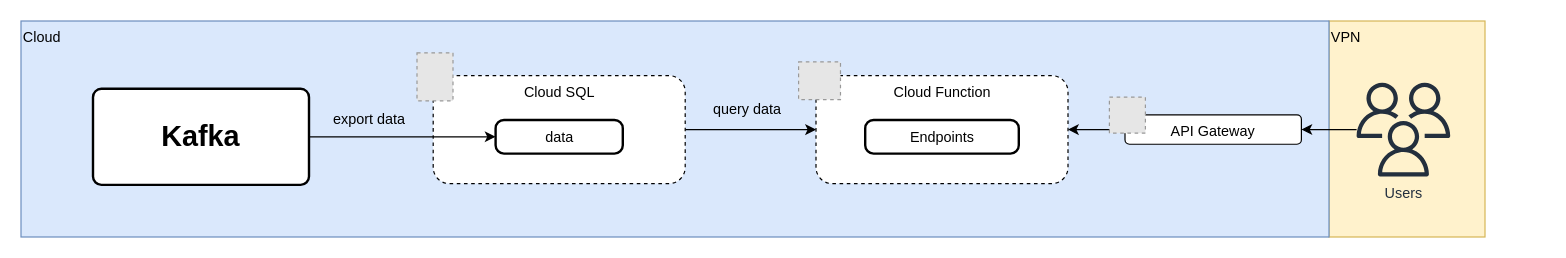
This is api-srr.drawio from wunyu/drawio, a draw.io file, before an edit. Source tidied: cells renumbered, new cells numbered last; positions are measured from the earlier drawing's top-left corner, leaving out a move shared by most shapes. Both pictures are drawn from the tidied source at 120%, with x=0, y=0 at pixel (20, 20). Pictures stored in the file or linked from it are replaced by grey dashed boxes.
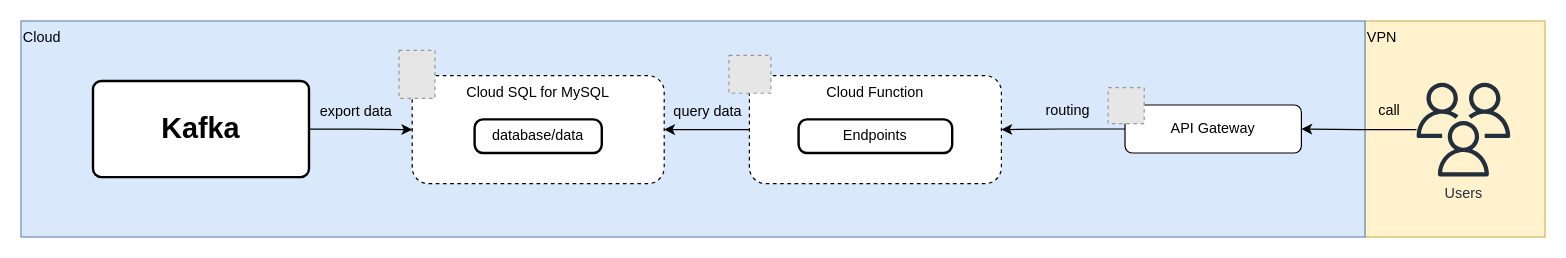
After the change.

What changed in the source:
```diff
@@
     <mxCell id="2" value="VPN" style="rounded=0;whiteSpace=wrap;html=1;align=left;verticalAlign=top;fillColor=#fff2cc;strokeColor=#d6b656;" parent="1" vertex="1">
-      <mxGeometry x="1090" width="130" height="180" as="geometry" />
+      <mxGeometry x="1120" width="150" height="180" as="geometry" />
     </mxCell>
     <mxCell id="3" value="Cloud" style="rounded=0;whiteSpace=wrap;html=1;align=left;verticalAlign=top;fillColor=#dae8fc;strokeColor=#6c8ebf;" parent="1" vertex="1">
-      <mxGeometry width="1090" height="180" as="geometry" />
+      <mxGeometry width="1120" height="180" as="geometry" />
     </mxCell>
@@
-    <mxCell id="5" value="API Gateway" style="rounded=1;whiteSpace=wrap;html=1;verticalAlign=top;" parent="1" vertex="1">
-      <mxGeometry x="920" y="78.2" width="147" height="24.5" as="geometry" />
+    <mxCell id="5" value="API Gateway" style="rounded=1;whiteSpace=wrap;html=1;verticalAlign=middle;" parent="1" vertex="1">
+      <mxGeometry x="920" y="70" width="147" height="40" as="geometry" />
     </mxCell>
-    <mxCell id="6" style="edgeStyle=orthogonalEdgeStyle;rounded=0;jettySize=auto;html=1;entryX=0;entryY=0.5;entryDx=0;entryDy=0;" parent="1" edge="1" source="7" target="10">
-      <mxGeometry relative="1" as="geometry" />
-    </mxCell>
-    <mxCell id="7" value="Cloud SQL" style="rounded=1;whiteSpace=wrap;html=1;verticalAlign=top;dashed=1;" parent="1" vertex="1">
-      <mxGeometry x="343.5" y="45.5" width="210" height="90" as="geometry" />
+    <mxCell id="7" value="Cloud SQL for MySQL" style="rounded=1;whiteSpace=wrap;html=1;verticalAlign=top;dashed=1;" parent="1" vertex="1">
+      <mxGeometry x="326" y="45.5" width="210" height="90" as="geometry" />
     </mxCell>
-    <mxCell id="8" value="data" style="rounded=1;whiteSpace=wrap;html=1;absoluteArcSize=1;arcSize=14;strokeWidth=2;" parent="1" vertex="1">
-      <mxGeometry x="395.5" y="82.5" width="106" height="28" as="geometry" />
+    <mxCell id="8" value="database/data" style="rounded=1;whiteSpace=wrap;html=1;absoluteArcSize=1;arcSize=14;strokeWidth=2;" parent="1" vertex="1">
+      <mxGeometry x="378" y="82" width="106" height="28" as="geometry" />
     </mxCell>
     <mxCell id="9" style="fillColor=#E6E6E6;strokeColor=#999999;dashed=1;html=1;verticalLabelPosition=bottom;labelBackgroundColor=#ffffff;verticalAlign=top;" parent="1" vertex="1">
-      <mxGeometry x="330" y="26.5" width="30" height="40" as="geometry" />
+      <mxGeometry x="315" y="24.5" width="30" height="40" as="geometry" />
     </mxCell>
+    <mxCell id="20" style="edgeStyle=orthogonalEdgeStyle;rounded=0;jettySize=auto;html=1;entryX=1;entryY=0.5;entryDx=0;entryDy=0;" parent="1" edge="1" source="10" target="7">
+      <mxGeometry relative="1" as="geometry" />
+    </mxCell>
     <mxCell id="10" value="Cloud Function" style="rounded=1;whiteSpace=wrap;html=1;verticalAlign=top;dashed=1;" parent="1" vertex="1">
-      <mxGeometry x="662.5" y="45.5" width="210" height="90" as="geometry" />
+      <mxGeometry x="607" y="45.5" width="210" height="90" as="geometry" />
     </mxCell>
     <mxCell id="11" value="Endpoints" style="rounded=1;whiteSpace=wrap;html=1;absoluteArcSize=1;arcSize=14;strokeWidth=2;" parent="1" vertex="1">
-      <mxGeometry x="703.5" y="82.5" width="128" height="28" as="geometry" />
+      <mxGeometry x="648" y="82" width="128" height="28" as="geometry" />
     </mxCell>
     <mxCell id="12" style="fillColor=#E6E6E6;strokeColor=#999999;dashed=1;verticalLabelPosition=bottom;labelBackgroundColor=default;verticalAlign=top;" parent="1" vertex="1">
-      <mxGeometry x="648" y="34" width="34.9" height="31.5" as="geometry" />
+      <mxGeometry x="590" y="28.7" width="34.9" height="31.5" as="geometry" />
     </mxCell>
     <mxCell id="13" value="query data" style="text;html=1;strokeColor=none;fillColor=none;align=center;verticalAlign=middle;whiteSpace=wrap;rounded=0;" parent="1" vertex="1">
-      <mxGeometry x="558" y="58.5" width="94.8" height="30" as="geometry" />
+      <mxGeometry x="525.1" y="61.2" width="94.8" height="30" as="geometry" />
     </mxCell>
     <mxCell id="14" value="&lt;font style=&quot;font-size: 24px;&quot;&gt;&lt;b&gt;Kafka&lt;/b&gt;&lt;/font&gt;" style="rounded=1;whiteSpace=wrap;html=1;absoluteArcSize=1;arcSize=14;strokeWidth=2;" parent="1" vertex="1">
-      <mxGeometry x="60" y="56.5" width="180" height="80.1" as="geometry" />
+      <mxGeometry x="60" y="50" width="180" height="80.1" as="geometry" />
     </mxCell>
-    <mxCell id="15" style="edgeStyle=orthogonalEdgeStyle;rounded=0;jettySize=auto;html=1;entryX=0;entryY=0.5;entryDx=0;entryDy=0;exitX=1;exitY=0.5;exitDx=0;exitDy=0;" parent="1" edge="1" source="14" target="8">
+    <mxCell id="15" style="edgeStyle=orthogonalEdgeStyle;rounded=0;jettySize=auto;html=1;entryX=0;entryY=0.5;entryDx=0;entryDy=0;exitX=1;exitY=0.5;exitDx=0;exitDy=0;" parent="1" edge="1" source="14" target="7">
       <mxGeometry relative="1" as="geometry" />
     </mxCell>
     <mxCell id="16" value="export data" style="text;html=1;align=center;verticalAlign=middle;strokeColor=none;fillColor=none;" parent="1" vertex="1">
-      <mxGeometry x="250" y="66.5" width="80" height="30" as="geometry" />
+      <mxGeometry x="239" y="60.5" width="80" height="30" as="geometry" />
     </mxCell>
@@
     <mxCell id="18" value="Users" style="sketch=0;outlineConnect=0;fontColor=#232F3E;gradientColor=none;fillColor=#232F3D;strokeColor=none;dashed=0;verticalLabelPosition=bottom;verticalAlign=top;align=center;html=1;fontSize=12;fontStyle=0;shape=mxgraph.aws4.users;" parent="1" vertex="1">
-      <mxGeometry x="1113" y="51.5" width="78" height="78" as="geometry" />
+      <mxGeometry x="1163" y="51.5" width="78" height="78" as="geometry" />
     </mxCell>
     <mxCell id="19" style="fillColor=#E6E6E6;strokeColor=#999999;dashed=1;verticalLabelPosition=bottom;labelBackgroundColor=default;verticalAlign=top;" parent="1" vertex="1">
-      <mxGeometry x="907" y="63.5" width="30" height="30" as="geometry" />
+      <mxGeometry x="906" y="55.5" width="30" height="30" as="geometry" />
     </mxCell>
+    <mxCell id="21" value="routing" style="text;html=1;align=center;verticalAlign=middle;strokeColor=none;fillColor=none;" parent="1" vertex="1">
+      <mxGeometry x="842" y="60.2" width="60" height="30" as="geometry" />
+    </mxCell>
+    <mxCell id="22" value="call" style="text;html=1;align=center;verticalAlign=middle;strokeColor=none;fillColor=none;" parent="1" vertex="1">
+      <mxGeometry x="1120" y="60.2" width="40" height="30" as="geometry" />
+    </mxCell>
```
